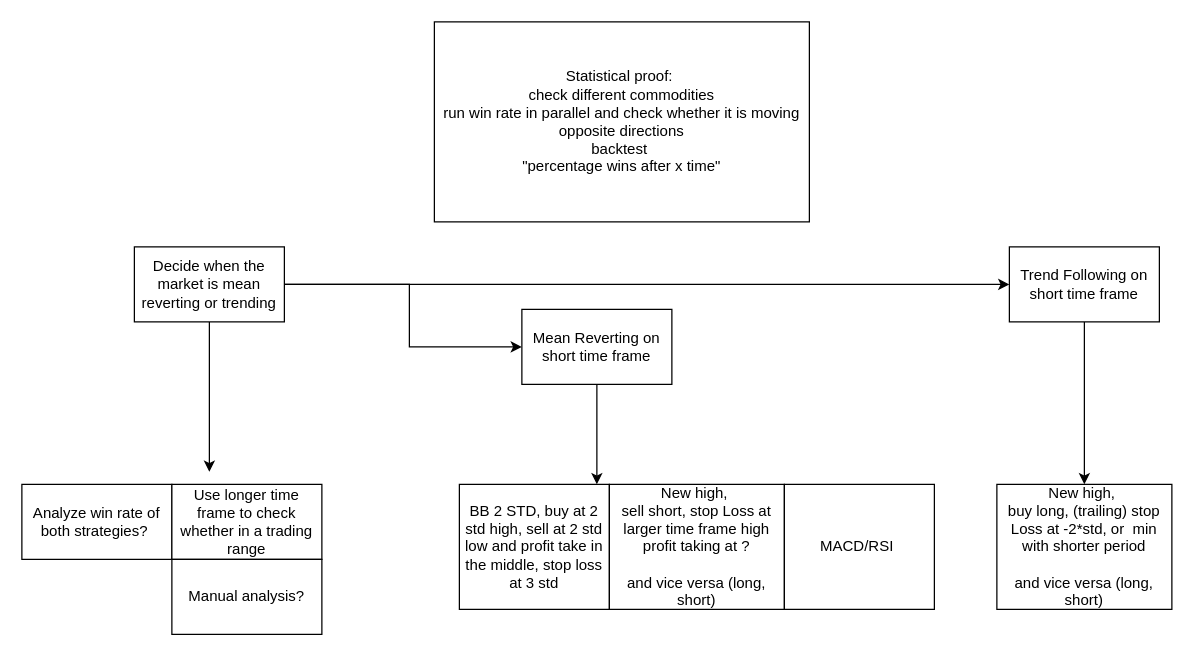
Earlier version of the draw.io diagram page "TF/MR on short time frame" (1 of 2) of TradingKonzepteFlowchart.drawio (jensakut/ibFuturesTrendFollowing). Source tidied: cells renumbered, new cells numbered last; positions are measured from the earlier drawing's top-left corner, leaving out a move shared by most shapes. Both pictures are drawn from the tidied source at 125%, with x=0, y=0 at pixel (21, 21).
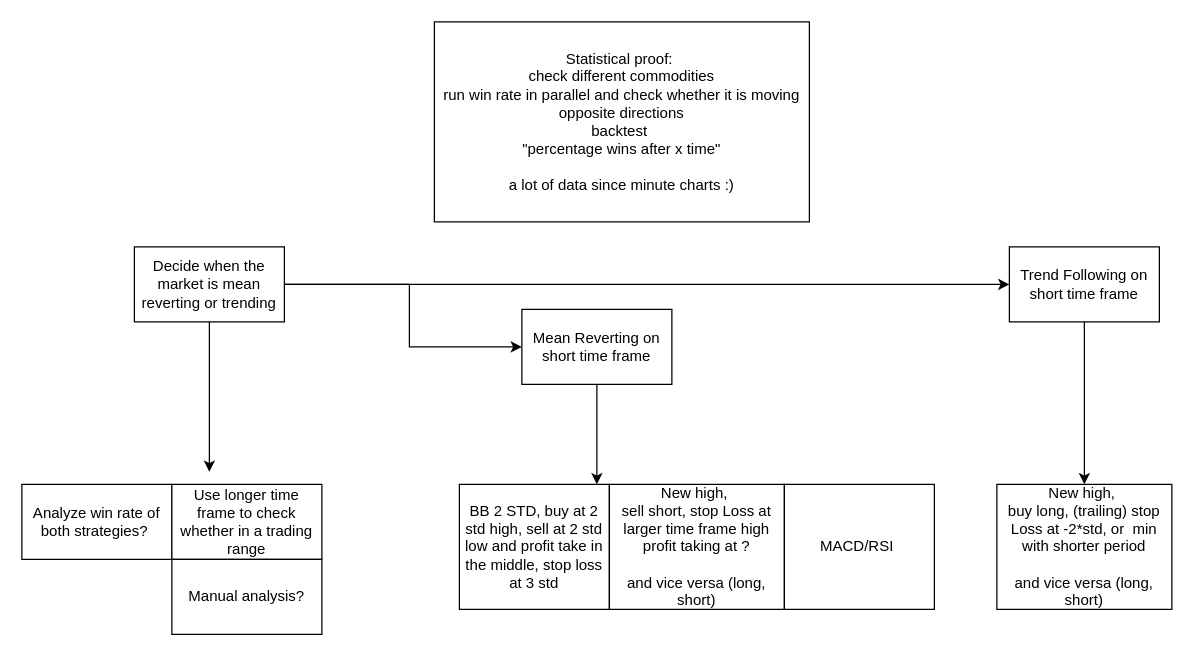
Above is the later version.

The edit, as a diff of the source:
```diff
@@
-    <mxCell id="17" value="Statistical proof:&amp;nbsp;&lt;br&gt;check different commodities&lt;br&gt;run win rate in parallel and check whether it is moving opposite directions&lt;br&gt;backtest&amp;nbsp;&lt;br&gt;&quot;percentage wins after x time&quot;" style="rounded=0;whiteSpace=wrap;html=1;" parent="1" vertex="1">
+    <mxCell id="17" value="Statistical proof:&amp;nbsp;&lt;br&gt;check different commodities&lt;br&gt;run win rate in parallel and check whether it is moving opposite directions&lt;br&gt;backtest&amp;nbsp;&lt;br&gt;&quot;percentage wins after x time&quot;&lt;br&gt;&lt;br&gt;a lot of data since minute charts :)" style="rounded=0;whiteSpace=wrap;html=1;" parent="1" vertex="1">
       <mxGeometry x="330" width="300" height="160" as="geometry" />
     </mxCell>
```
